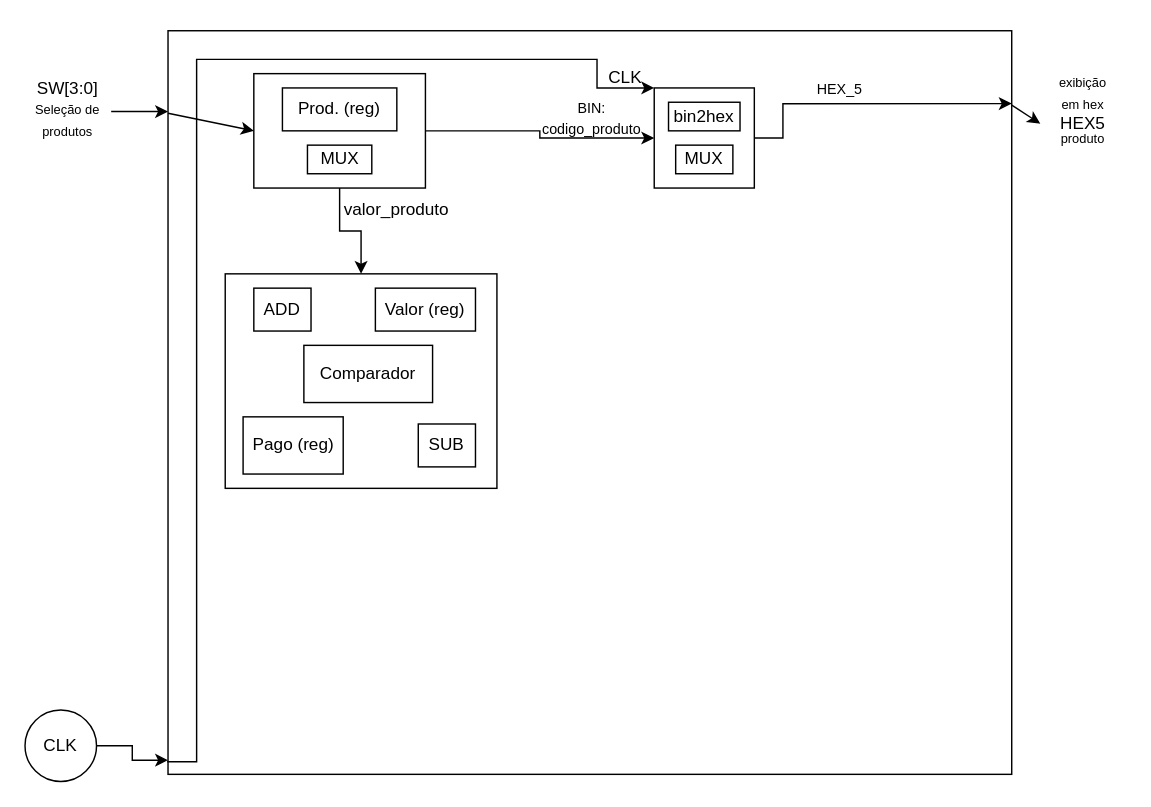
This is P1/diagramas/diagramaBloco_atualizado.drawio from caio-unicamp/MC613_Best_Group, a draw.io file, before an edit. Source tidied: cells renumbered, new cells numbered last; positions are measured from the earlier drawing's top-left corner, leaving out a move shared by most shapes. Both pictures are drawn from the tidied source at 143%, with x=0, y=0 at pixel (24, 30).
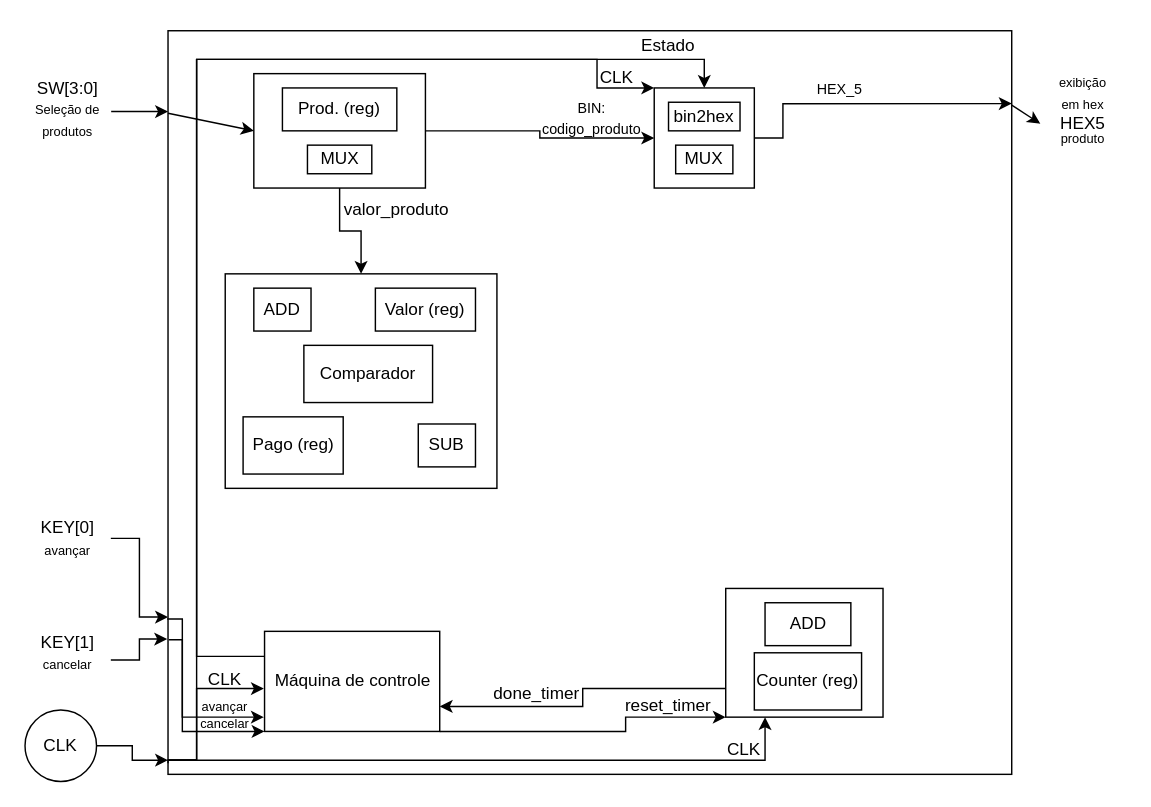
The same page after the edit.

Unchanged cells that the change refers to:
```xml
<mxCell id="2" style="rounded=0;whiteSpace=wrap;html=1;fillColor=none;" parent="1" vertex="1">
  <mxGeometry x="100" width="590" height="520" as="geometry" />
</mxCell>
<mxCell id="9" style="rounded=0;whiteSpace=wrap;html=1;fillColor=none;" parent="1" vertex="1">
  <mxGeometry x="440" y="40" width="70" height="70" as="geometry" />
</mxCell>
```

Change to the diagram source:
```diff
@@
+    <mxCell id="33" value="&lt;font style=&quot;font-size: 9px;&quot;&gt;avançar&lt;/font&gt;" style="text;html=1;whiteSpace=wrap;strokeColor=none;fillColor=none;align=center;verticalAlign=middle;rounded=0;" parent="1" vertex="1">
+      <mxGeometry x="109.5" y="457" width="60" height="30" as="geometry" />
+    </mxCell>
+    <mxCell id="34" value="CLK" style="text;html=1;whiteSpace=wrap;strokeColor=none;fillColor=none;align=center;verticalAlign=middle;rounded=0;" parent="1" vertex="1">
+      <mxGeometry x="109.5" y="439" width="60" height="30" as="geometry" />
+    </mxCell>
+    <mxCell id="35" value="&lt;font style=&quot;font-size: 9px;&quot;&gt;cancelar&lt;/font&gt;" style="text;html=1;whiteSpace=wrap;strokeColor=none;fillColor=none;align=center;verticalAlign=middle;rounded=0;" parent="1" vertex="1">
+      <mxGeometry x="109.5" y="469" width="60" height="30" as="geometry" />
+    </mxCell>
@@
-    <mxCell id="31" style="endArrow=classic;html=1;rounded=0;exitX=-0.001;exitY=0.983;exitDx=0;exitDy=0;exitPerimeter=0;edgeStyle=orthogonalEdgeStyle;entryX=0;entryY=0;entryDx=0;entryDy=0;" parent="1" edge="1" source="2" target="9">
+    <mxCell id="31" style="endArrow=classic;html=1;rounded=0;edgeStyle=orthogonalEdgeStyle;entryX=0;entryY=0;entryDx=0;entryDy=0;" parent="1" edge="1" target="9">
       <mxGeometry relative="1" as="geometry">
+        <mxPoint x="100" y="510" as="sourcePoint" />
         <Array as="points">
-          <mxPoint x="120" y="511" />
+          <mxPoint x="120" y="510" />
           <mxPoint x="120" y="20" />
           <mxPoint x="400" y="20" />
           <mxPoint x="400" y="40" />
         </Array>
       </mxGeometry>
     </mxCell>
     <mxCell id="32" value="CLK" style="text;html=1;whiteSpace=wrap;strokeColor=none;fillColor=none;align=center;verticalAlign=middle;rounded=0;" parent="1" vertex="1">
-      <mxGeometry x="390" y="18" width="60" height="30" as="geometry" />
+      <mxGeometry x="384" y="18" width="60" height="30" as="geometry" />
     </mxCell>
+    <mxCell id="36" style="edgeStyle=orthogonalEdgeStyle;rounded=0;jettySize=auto;html=1;exitX=0;exitY=0.25;exitDx=0;exitDy=0;entryX=0.5;entryY=0;entryDx=0;entryDy=0;" parent="1" edge="1" source="37" target="9">
+      <mxGeometry relative="1" as="geometry">
+        <Array as="points">
+          <mxPoint x="120" y="438" />
+          <mxPoint x="120" y="20" />
+          <mxPoint x="475" y="20" />
+        </Array>
+      </mxGeometry>
+    </mxCell>
+    <mxCell id="37" value="Máquina de controle" style="rounded=0;whiteSpace=wrap;html=1;" parent="1" vertex="1">
+      <mxGeometry x="167.5" y="420" width="122.5" height="70" as="geometry" />
+    </mxCell>
+    <mxCell id="38" style="endArrow=classic;html=1;rounded=0;exitX=0;exitY=0.985;exitDx=0;exitDy=0;exitPerimeter=0;edgeStyle=orthogonalEdgeStyle;" parent="1" edge="1" source="2">
+      <mxGeometry relative="1" as="geometry">
+        <mxPoint x="167" y="460" as="targetPoint" />
+        <Array as="points">
+          <mxPoint x="100" y="510" />
+          <mxPoint x="120" y="510" />
+          <mxPoint x="120" y="460" />
+          <mxPoint x="167" y="460" />
+        </Array>
+      </mxGeometry>
+    </mxCell>
+    <mxCell id="39" value="Estado" style="text;html=1;whiteSpace=wrap;strokeColor=none;fillColor=none;align=center;verticalAlign=middle;rounded=0;" parent="1" vertex="1">
+      <mxGeometry x="420" y="-4" width="60" height="30" as="geometry" />
+    </mxCell>
+    <mxCell id="40" style="endArrow=classic;html=1;rounded=0;exitX=0;exitY=0.981;exitDx=0;exitDy=0;exitPerimeter=0;entryX=0.25;entryY=1;entryDx=0;entryDy=0;edgeStyle=orthogonalEdgeStyle;" parent="1" edge="1" source="2" target="42">
+      <mxGeometry relative="1" as="geometry">
+        <Array as="points">
+          <mxPoint x="517" y="510" />
+        </Array>
+      </mxGeometry>
+    </mxCell>
+    <mxCell id="41" style="group;" parent="1" vertex="1">
+      <mxGeometry x="490" y="390" width="110" height="90" as="geometry" />
+    </mxCell>
+    <mxCell id="42" style="rounded=0;whiteSpace=wrap;html=1;fillColor=none;" parent="41" vertex="1">
+      <mxGeometry width="110" height="90" as="geometry" />
+    </mxCell>
+    <mxCell id="43" value="ADD" style="rounded=0;whiteSpace=wrap;html=1;" parent="41" vertex="1">
+      <mxGeometry x="27.5" y="10" width="60" height="30" as="geometry" />
+    </mxCell>
+    <mxCell id="44" value="Counter (reg)" style="rounded=0;whiteSpace=wrap;html=1;" parent="41" vertex="1">
+      <mxGeometry x="20" y="45" width="75" height="40" as="geometry" />
+    </mxCell>
+    <mxCell id="45" value="CLK" style="text;html=1;whiteSpace=wrap;strokeColor=none;fillColor=none;align=center;verticalAlign=middle;rounded=0;" parent="1" vertex="1">
+      <mxGeometry x="473" y="488" width="60" height="30" as="geometry" />
+    </mxCell>
+    <mxCell id="46" style="edgeStyle=orthogonalEdgeStyle;rounded=0;jettySize=auto;html=1;entryX=0;entryY=1;entryDx=0;entryDy=0;" parent="1" edge="1" source="37" target="42">
+      <mxGeometry relative="1" as="geometry">
+        <Array as="points">
+          <mxPoint x="420" y="490" />
+          <mxPoint x="420" y="480" />
+        </Array>
+      </mxGeometry>
+    </mxCell>
+    <mxCell id="47" value="reset_timer" style="text;html=1;whiteSpace=wrap;strokeColor=none;fillColor=none;align=center;verticalAlign=middle;rounded=0;" parent="1" vertex="1">
+      <mxGeometry x="420" y="457" width="60" height="30" as="geometry" />
+    </mxCell>
+    <mxCell id="48" style="edgeStyle=orthogonalEdgeStyle;rounded=0;jettySize=auto;html=1;entryX=1;entryY=0.75;entryDx=0;entryDy=0;" parent="1" edge="1" source="42" target="37">
+      <mxGeometry relative="1" as="geometry">
+        <Array as="points">
+          <mxPoint x="390" y="460" />
+          <mxPoint x="390" y="473" />
+        </Array>
+      </mxGeometry>
+    </mxCell>
+    <mxCell id="49" value="done_timer" style="text;html=1;whiteSpace=wrap;strokeColor=none;fillColor=none;align=center;verticalAlign=middle;rounded=0;" parent="1" vertex="1">
+      <mxGeometry x="328" y="449" width="60" height="30" as="geometry" />
+    </mxCell>
+    <mxCell id="50" value="KEY[1]&lt;div&gt;&lt;font style=&quot;font-size: 9px;&quot;&gt;cancelar&lt;/font&gt;&lt;/div&gt;" style="text;html=1;whiteSpace=wrap;strokeColor=none;fillColor=none;align=center;verticalAlign=middle;rounded=0;" parent="1" vertex="1">
+      <mxGeometry y="420" width="60" height="30" as="geometry" />
+    </mxCell>
+    <mxCell id="51" style="edgeStyle=orthogonalEdgeStyle;rounded=0;jettySize=auto;html=1;entryX=-0.001;entryY=0.818;entryDx=0;entryDy=0;entryPerimeter=0;" parent="1" edge="1" source="50" target="2">
+      <mxGeometry relative="1" as="geometry">
+        <Array as="points">
+          <mxPoint x="80" y="440" />
+          <mxPoint x="80" y="425" />
+        </Array>
+      </mxGeometry>
+    </mxCell>
+    <mxCell id="52" style="endArrow=classic;html=1;rounded=0;exitX=0.001;exitY=0.819;exitDx=0;exitDy=0;exitPerimeter=0;entryX=0;entryY=1;entryDx=0;entryDy=0;edgeStyle=orthogonalEdgeStyle;" parent="1" edge="1" source="2" target="37">
+      <mxGeometry relative="1" as="geometry">
+        <Array as="points">
+          <mxPoint x="110" y="426" />
+          <mxPoint x="110" y="490" />
+        </Array>
+      </mxGeometry>
+    </mxCell>
+    <mxCell id="53" style="edgeStyle=orthogonalEdgeStyle;rounded=0;jettySize=auto;html=1;" parent="1" edge="1" source="54">
+      <mxGeometry relative="1" as="geometry">
+        <mxPoint x="100" y="410" as="targetPoint" />
+        <Array as="points">
+          <mxPoint x="80" y="355" />
+          <mxPoint x="80" y="410" />
+          <mxPoint x="100" y="410" />
+        </Array>
+      </mxGeometry>
+    </mxCell>
+    <mxCell id="54" value="KEY[0]&lt;div&gt;&lt;font style=&quot;font-size: 9px;&quot;&gt;avançar&lt;/font&gt;&lt;/div&gt;" style="text;html=1;whiteSpace=wrap;strokeColor=none;fillColor=none;align=center;verticalAlign=middle;rounded=0;" parent="1" vertex="1">
+      <mxGeometry y="340" width="60" height="30" as="geometry" />
+    </mxCell>
+    <mxCell id="55" style="endArrow=classic;html=1;rounded=0;exitX=-0.001;exitY=0.791;exitDx=0;exitDy=0;exitPerimeter=0;edgeStyle=orthogonalEdgeStyle;" parent="1" edge="1" source="2">
+      <mxGeometry relative="1" as="geometry">
+        <mxPoint x="167" y="480" as="targetPoint" />
+        <Array as="points">
+          <mxPoint x="110" y="411" />
+          <mxPoint x="110" y="480" />
+          <mxPoint x="167" y="480" />
+        </Array>
+      </mxGeometry>
+    </mxCell>
```
